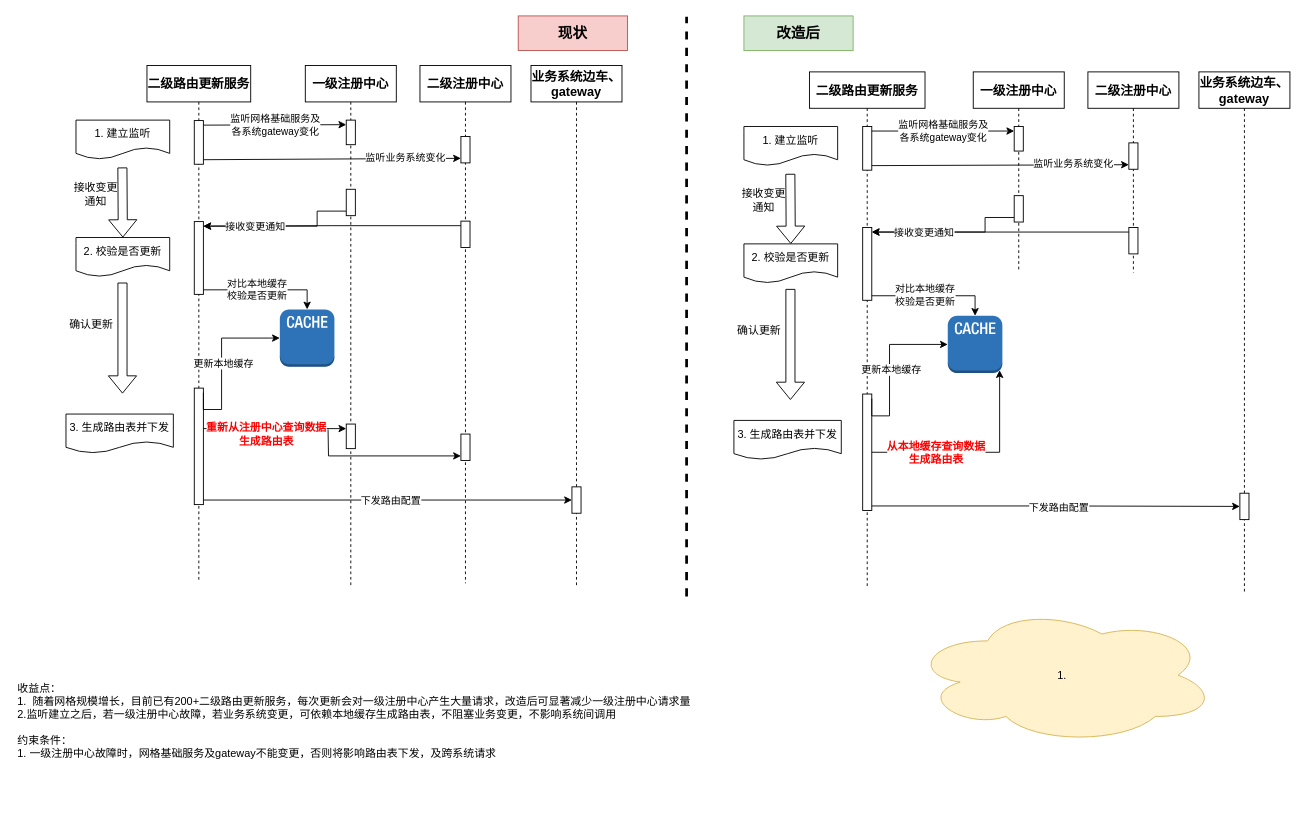
pbxnn/draw keeps this draw.io diagram as 二级xds与中央consul解耦.drawio. Above is the earlier version. Source tidied: cells renumbered, new cells numbered last; positions are measured from the earlier drawing's top-left corner, leaving out a move shared by most shapes. Both pictures are drawn from the tidied source at 91%, with x=0, y=0 at pixel (15, 15).
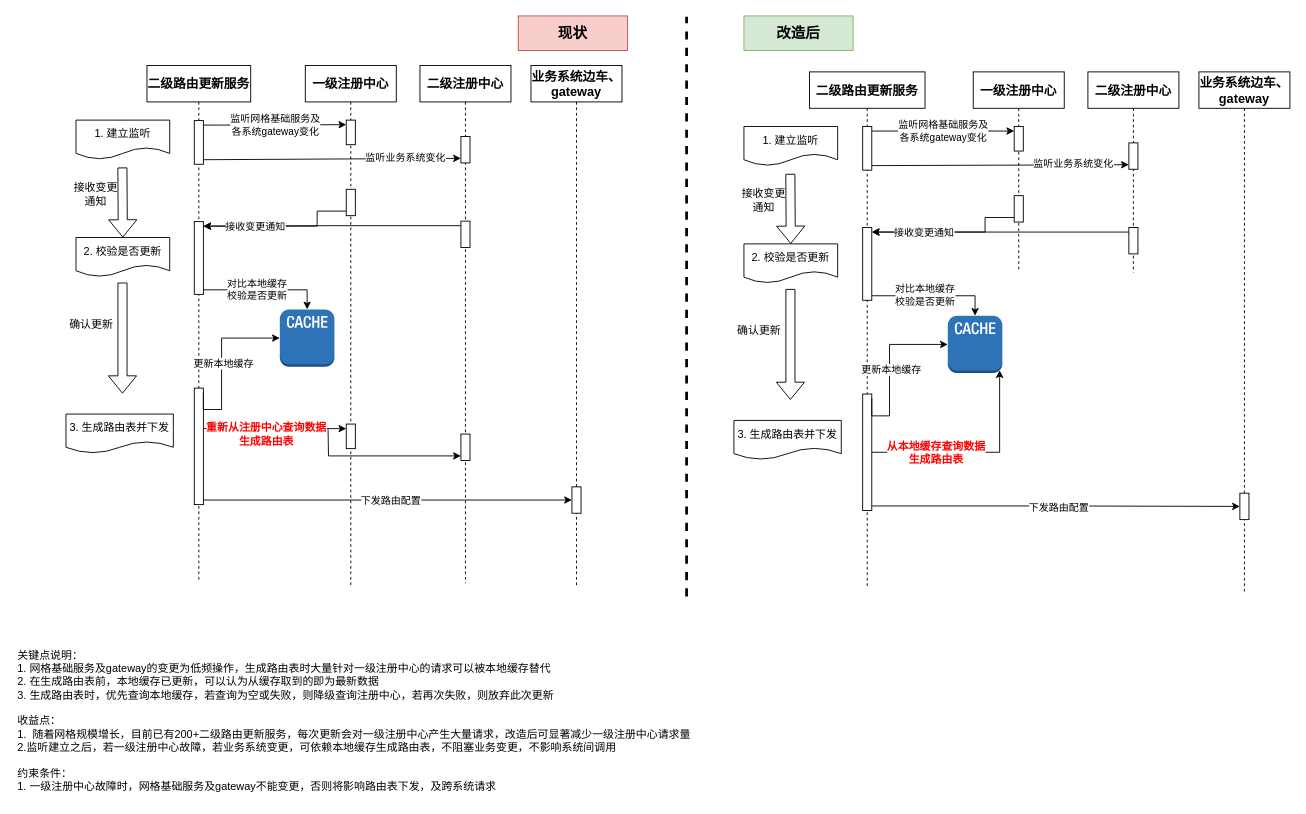
The same diagram, later.

Commit message (it also covers changes not shown here):
更新二级xds与中央consul解耦.drawio

What changed in the source:
```diff
@@
-    <mxCell id="78" value="&lt;div style=&quot;&quot;&gt;&lt;span style=&quot;background-color: transparent; color: light-dark(rgb(0, 0, 0), rgb(255, 255, 255));&quot;&gt;1.&amp;nbsp;&lt;/span&gt;&lt;/div&gt;" style="ellipse;shape=cloud;whiteSpace=wrap;html=1;fillColor=#fff2cc;strokeColor=#d6b656;align=center;" parent="1" vertex="1">
-      <mxGeometry x="984" y="649" width="335" height="151" as="geometry" />
-    </mxCell>
-    <mxCell id="79" value="收益点：&lt;div&gt;1.&amp;nbsp;&lt;span style=&quot;background-color: transparent; color: light-dark(rgb(0, 0, 0), rgb(255, 255, 255));&quot;&gt;&amp;nbsp;&lt;/span&gt;&lt;span style=&quot;background-color: transparent; color: light-dark(rgb(0, 0, 0), rgb(255, 255, 255));&quot;&gt;随着网格规模增长，目前已有200+二级路由更新服务，每次更新会对一级注册中心产生大量请求，改造后可显著减少一级注册中心请求量&lt;/span&gt;&lt;/div&gt;&lt;div&gt;2.&lt;span style=&quot;background-color: transparent; color: light-dark(rgb(0, 0, 0), rgb(255, 255, 255));&quot;&gt;监听建立之后，若一级注册中心故障，若业务系统变更，可依赖本地缓存生成路由表，不阻塞业务变更，不影响系统间调用&lt;/span&gt;&lt;/div&gt;&lt;div&gt;&lt;br&gt;&lt;/div&gt;&lt;div&gt;约束条件：&lt;/div&gt;&lt;div&gt;1. 一级注册中心故障时，网格基础服务及gateway不能变更，否则将影响路由表下发，及跨系统请求&lt;/div&gt;" style="text;html=1;whiteSpace=wrap;strokeColor=none;fillColor=none;align=left;verticalAlign=middle;rounded=0;" parent="1" vertex="1">
+    <mxCell id="79" value="&lt;div&gt;关键点说明：&lt;/div&gt;&lt;div&gt;1. 网格基础服务及gateway的变更为低频操作，生成路由表时大量针对一级注册中心的请求可以被本地缓存替代&lt;/div&gt;&lt;div&gt;2. 在生成路由表前，本地缓存已更新，可以认为从缓存取到的即为最新数据&lt;/div&gt;&lt;div&gt;3. 生成路由表时，优先查询本地缓存，若查询为空或失败，则降级查询注册中心，若再次失败，则放弃此次更新&lt;/div&gt;&lt;div&gt;&lt;br&gt;&lt;/div&gt;收益点：&lt;div&gt;1.&amp;nbsp;&lt;span style=&quot;background-color: transparent; color: light-dark(rgb(0, 0, 0), rgb(255, 255, 255));&quot;&gt;&amp;nbsp;&lt;/span&gt;&lt;span style=&quot;background-color: transparent; color: light-dark(rgb(0, 0, 0), rgb(255, 255, 255));&quot;&gt;随着网格规模增长，目前已有200+二级路由更新服务，每次更新会对一级注册中心产生大量请求，改造后可显著减少一级注册中心请求量&lt;/span&gt;&lt;/div&gt;&lt;div&gt;2.&lt;span style=&quot;background-color: transparent; color: light-dark(rgb(0, 0, 0), rgb(255, 255, 255));&quot;&gt;监听建立之后，若一级注册中心故障，若业务系统变更，可依赖本地缓存生成路由表，不阻塞业务变更，不影响系统间调用&lt;/span&gt;&lt;/div&gt;&lt;div&gt;&lt;br&gt;&lt;/div&gt;&lt;div&gt;约束条件：&lt;/div&gt;&lt;div&gt;1. 一级注册中心故障时，网格基础服务及gateway不能变更，否则将影响路由表下发，及跨系统请求&lt;/div&gt;" style="text;html=1;whiteSpace=wrap;strokeColor=none;fillColor=none;align=left;verticalAlign=middle;rounded=0;" parent="1" vertex="1">
       <mxGeometry y="690" width="863" height="170" as="geometry" />
     </mxCell>
```
